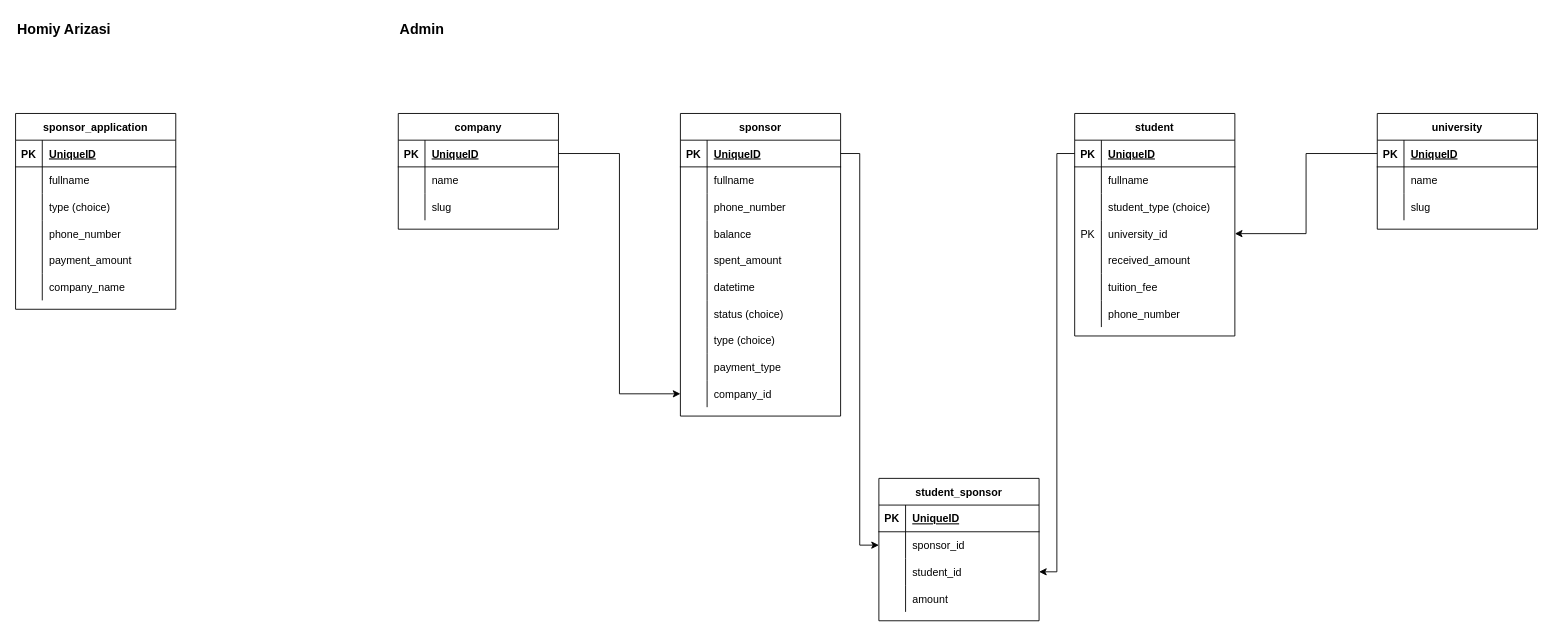
Earlier version of the draw.io diagram metsenat-club.drawio (jakhongirs/database-schema-designs). Source tidied: cells renumbered, new cells numbered last; positions are measured from the earlier drawing's top-left corner, leaving out a move shared by most shapes. Both pictures are drawn from the tidied source at 89%, with x=0, y=0 at pixel (15, 15).
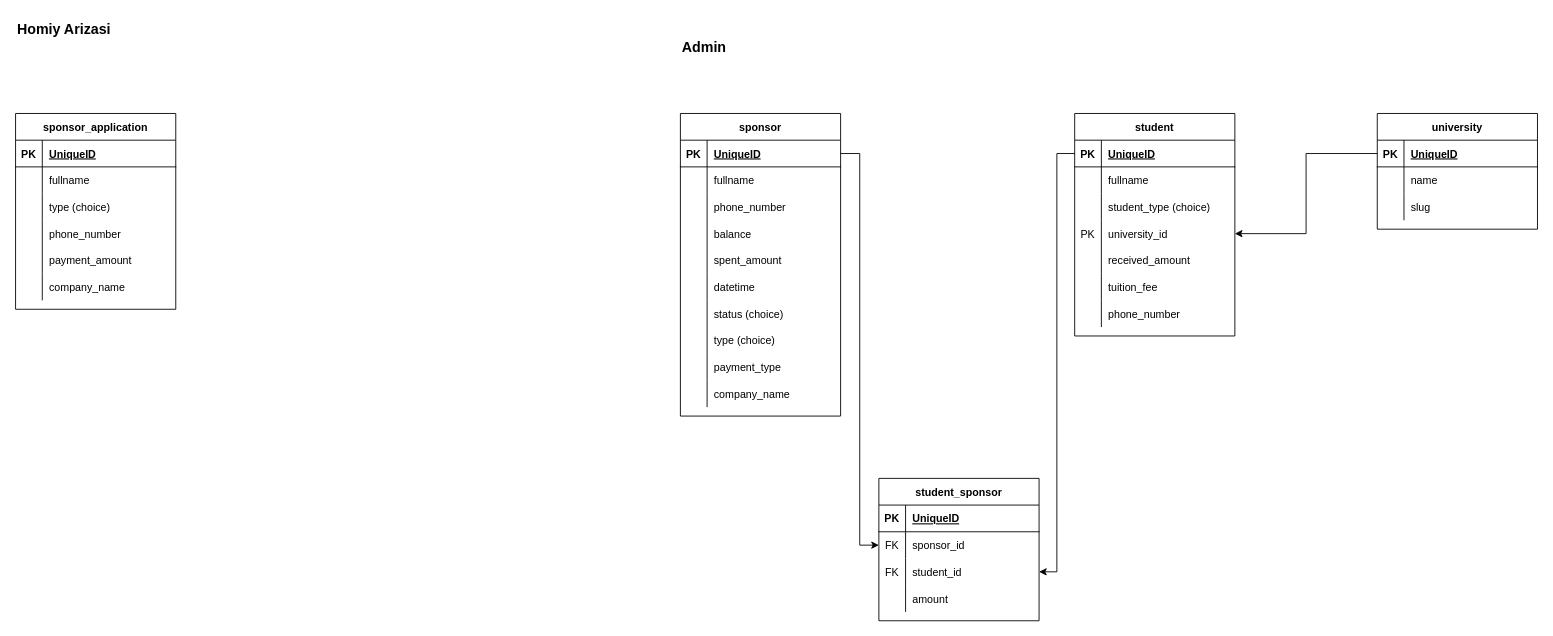
The same diagram, later.

Unchanged cells that the change refers to:
```xml
<mxCell id="84" style="shape=tableRow;horizontal=0;startSize=0;swimlaneHead=0;swimlaneBody=0;fillColor=none;points=[[0,0.5],[1,0.5]];portConstraint=eastwest;top=0;left=0;right=0;bottom=0;" parent="56" vertex="1">
  <mxGeometry y="300" width="180" height="30" as="geometry" />
</mxCell>
<mxCell id="102" style="shape=tableRow;horizontal=0;startSize=0;swimlaneHead=0;swimlaneBody=0;fillColor=none;points=[[0,0.5],[1,0.5]];portConstraint=eastwest;top=0;left=0;right=0;bottom=0;" parent="98" vertex="1">
  <mxGeometry y="60" width="180" height="30" as="geometry" />
</mxCell>
<mxCell id="105" style="shape=tableRow;horizontal=0;startSize=0;swimlaneHead=0;swimlaneBody=0;fillColor=none;points=[[0,0.5],[1,0.5]];portConstraint=eastwest;top=0;left=0;right=0;bottom=0;" parent="98" vertex="1">
  <mxGeometry y="90" width="180" height="30" as="geometry" />
</mxCell>
```

The edit, as a diff of the source:
```diff
@@
     <mxCell id="22" value="Admin" style="text;html=1;strokeColor=none;fillColor=none;align=left;verticalAlign=middle;whiteSpace=wrap;rounded=0;fontSize=16;fontStyle=1;" parent="1" vertex="1">
-      <mxGeometry x="430" width="110" height="30" as="geometry" />
+      <mxGeometry x="747" y="20" width="110" height="30" as="geometry" />
     </mxCell>
@@
-    <mxCell id="86" value="company_id" style="shape=partialRectangle;fillColor=none;top=0;left=0;bottom=0;right=0;align=left;spacingLeft=6;overflow=hidden;" parent="84" vertex="1">
+    <mxCell id="86" value="company_name" style="shape=partialRectangle;fillColor=none;top=0;left=0;bottom=0;right=0;align=left;spacingLeft=6;overflow=hidden;" parent="84" vertex="1">
       <mxGeometry x="30" width="150" height="30" as="geometry" />
     </mxCell>
-    <mxCell id="87" value="company" style="shape=table;startSize=30;childLayout=tableLayout;rowLines=0;fontStyle=1;align=center;" parent="1" vertex="1">
-      <mxGeometry x="430" y="110" width="180" height="130" as="geometry" />
-    </mxCell>
-    <mxCell id="88" style="shape=tableRow;horizontal=0;startSize=0;swimlaneHead=0;swimlaneBody=0;fillColor=none;points=[[0,0.5],[1,0.5]];portConstraint=eastwest;top=0;left=0;right=0;bottom=1;" parent="87" vertex="1">
-      <mxGeometry y="30" width="180" height="30" as="geometry" />
-    </mxCell>
-    <mxCell id="89" value="PK" style="shape=partialRectangle;fillColor=none;top=0;left=0;bottom=0;right=0;fontStyle=1;overflow=hidden;" parent="88" vertex="1">
-      <mxGeometry width="30" height="30" as="geometry" />
-    </mxCell>
-    <mxCell id="90" value="UniqueID" style="shape=partialRectangle;fillColor=none;top=0;left=0;bottom=0;right=0;align=left;spacingLeft=6;fontStyle=5;overflow=hidden;" parent="88" vertex="1">
-      <mxGeometry x="30" width="150" height="30" as="geometry" />
-    </mxCell>
-    <mxCell id="91" style="shape=tableRow;horizontal=0;startSize=0;swimlaneHead=0;swimlaneBody=0;fillColor=none;top=0;left=0;right=0;bottom=0;" parent="87" vertex="1">
-      <mxGeometry y="60" width="180" height="30" as="geometry" />
-    </mxCell>
-    <mxCell id="92" style="shape=partialRectangle;fillColor=none;top=0;left=0;bottom=0;right=0;overflow=hidden;" parent="91" vertex="1">
-      <mxGeometry width="30" height="30" as="geometry" />
-    </mxCell>
-    <mxCell id="93" value="name" style="shape=partialRectangle;fillColor=none;top=0;left=0;bottom=0;right=0;align=left;spacingLeft=6;overflow=hidden;" parent="91" vertex="1">
-      <mxGeometry x="30" width="150" height="30" as="geometry" />
-    </mxCell>
-    <mxCell id="94" style="shape=tableRow;horizontal=0;startSize=0;swimlaneHead=0;swimlaneBody=0;fillColor=none;top=0;left=0;right=0;bottom=0;" parent="87" vertex="1">
-      <mxGeometry y="90" width="180" height="30" as="geometry" />
-    </mxCell>
-    <mxCell id="95" style="shape=partialRectangle;fillColor=none;top=0;left=0;bottom=0;right=0;overflow=hidden;" parent="94" vertex="1">
-      <mxGeometry width="30" height="30" as="geometry" />
-    </mxCell>
-    <mxCell id="96" value="slug" style="shape=partialRectangle;fillColor=none;top=0;left=0;bottom=0;right=0;align=left;spacingLeft=6;overflow=hidden;" parent="94" vertex="1">
-      <mxGeometry x="30" width="150" height="30" as="geometry" />
-    </mxCell>
-    <mxCell id="97" style="edgeStyle=orthogonalEdgeStyle;rounded=0;jettySize=auto;html=1;" parent="1" edge="1" source="88" target="84">
-      <mxGeometry relative="1" as="geometry" />
-    </mxCell>
@@
-    <mxCell id="103" style="shape=partialRectangle;fillColor=none;top=0;left=0;bottom=0;right=0;overflow=hidden;" parent="102" vertex="1">
+    <mxCell id="103" value="FK" style="shape=partialRectangle;fillColor=none;top=0;left=0;bottom=0;right=0;overflow=hidden;" parent="102" vertex="1">
       <mxGeometry width="30" height="30" as="geometry" />
     </mxCell>
@@
-    <mxCell id="106" style="shape=partialRectangle;fillColor=none;top=0;left=0;bottom=0;right=0;overflow=hidden;" parent="105" vertex="1">
+    <mxCell id="106" value="FK" style="shape=partialRectangle;fillColor=none;top=0;left=0;bottom=0;right=0;overflow=hidden;" parent="105" vertex="1">
       <mxGeometry width="30" height="30" as="geometry" />
     </mxCell>
```
